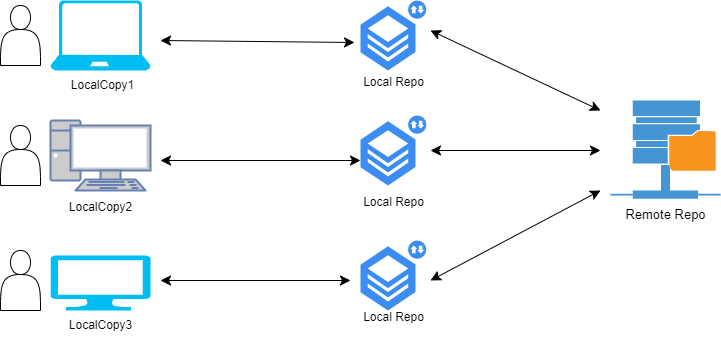
The draw.io diagram vcs/images/DVCS.png in saimanasak/git-and-github, before a commit. Source tidied: cells renumbered, new cells last; positions are measured from the earlier drawing's top-left corner, leaving out a move shared by most shapes. The source it was exported from:
```xml
<mxGraphModel>
  <root>
    <mxCell id="0" />
    <mxCell id="1" parent="0" />
    <mxCell id="2" style="shape=actor;whiteSpace=wrap;html=1;" parent="1" vertex="1">
      <mxGeometry y="125" width="40" height="60" as="geometry" />
    </mxCell>
    <mxCell id="3" style="shape=actor;whiteSpace=wrap;html=1;" parent="1" vertex="1">
      <mxGeometry y="5" width="40" height="60" as="geometry" />
    </mxCell>
    <mxCell id="4" style="shape=actor;whiteSpace=wrap;html=1;" parent="1" vertex="1">
      <mxGeometry y="250" width="40" height="60" as="geometry" />
    </mxCell>
    <mxCell id="5" style="fontColor=#0066CC;verticalAlign=top;verticalLabelPosition=bottom;labelPosition=center;align=center;html=1;fillColor=#CCCCCC;strokeColor=#6881B3;gradientColor=none;gradientDirection=north;strokeWidth=2;shape=mxgraph.networks.pc;" parent="1" vertex="1">
      <mxGeometry x="50" y="120" width="100" height="70" as="geometry" />
    </mxCell>
    <mxCell id="6" style="verticalLabelPosition=bottom;html=1;verticalAlign=top;align=center;strokeColor=none;fillColor=#00BEF2;shape=mxgraph.azure.computer;" parent="1" vertex="1">
      <mxGeometry x="50" y="255" width="100" height="55" as="geometry" />
    </mxCell>
    <mxCell id="7" style="verticalLabelPosition=bottom;html=1;verticalAlign=top;align=center;strokeColor=none;fillColor=#00BEF2;shape=mxgraph.azure.laptop;" parent="1" vertex="1">
      <mxGeometry x="50" width="100" height="70" as="geometry" />
    </mxCell>
    <mxCell id="8" value="LocalCopy1" style="text;html=1;align=center;verticalAlign=middle;whiteSpace=wrap;rounded=0;" parent="1" vertex="1">
      <mxGeometry x="65" y="70" width="75" height="30" as="geometry" />
    </mxCell>
    <mxCell id="9" value="&lt;span style=&quot;text-wrap: wrap;&quot;&gt;LocalCopy3&lt;/span&gt;" style="text;html=1;align=center;verticalAlign=middle;strokeColor=none;fillColor=none;" parent="1" vertex="1">
      <mxGeometry x="55" y="310" width="90" height="30" as="geometry" />
    </mxCell>
    <mxCell id="10" style="sketch=0;html=1;strokeColor=none;shadow=0;fillColor=#3B8DF1;verticalAlign=top;labelPosition=center;verticalLabelPosition=bottom;shape=mxgraph.gcp2.repository_2;" parent="1" vertex="1">
      <mxGeometry x="360" width="65.8" height="70" as="geometry" />
    </mxCell>
    <mxCell id="11" value="&lt;span style=&quot;font-size: 12px; text-wrap: wrap;&quot;&gt;Local&lt;/span&gt;&lt;span style=&quot;font-size: 12px; text-wrap: wrap; background-color: initial;&quot;&gt;Copy2&lt;/span&gt;" style="text;html=1;align=center;verticalAlign=middle;strokeColor=none;fillColor=none;fontSize=16;" parent="1" vertex="1">
      <mxGeometry x="55" y="190" width="90" height="30" as="geometry" />
    </mxCell>
    <mxCell id="12" style="endArrow=classic;startArrow=classic;html=1;rounded=0;fontSize=12;startSize=8;endSize=8;curved=1;entryX=-0.091;entryY=0.6;entryDx=0;entryDy=0;entryPerimeter=0;" parent="1" edge="1" target="10">
      <mxGeometry relative="1" as="geometry">
        <mxPoint x="160" y="40" as="sourcePoint" />
      </mxGeometry>
    </mxCell>
    <mxCell id="13" style="edgeStyle=none;orthogonalLoop=1;jettySize=auto;html=1;endArrow=classic;startArrow=classic;endSize=8;startSize=8;rounded=0;fontSize=12;curved=1;" parent="1" edge="1">
      <mxGeometry relative="1" as="geometry">
        <mxPoint x="160" y="160" as="sourcePoint" />
        <mxPoint x="360" y="160" as="targetPoint" />
      </mxGeometry>
    </mxCell>
    <mxCell id="14" style="endArrow=classic;startArrow=classic;html=1;rounded=0;fontSize=12;startSize=8;endSize=8;curved=1;" parent="1" edge="1">
      <mxGeometry relative="1" as="geometry">
        <mxPoint x="160" y="280" as="sourcePoint" />
        <mxPoint x="350" y="280" as="targetPoint" />
      </mxGeometry>
    </mxCell>
    <mxCell id="15" style="sketch=0;html=1;strokeColor=none;shadow=0;fillColor=#3B8DF1;verticalAlign=top;labelPosition=center;verticalLabelPosition=bottom;shape=mxgraph.gcp2.repository_2;" parent="1" vertex="1">
      <mxGeometry x="360" y="115" width="65.8" height="70" as="geometry" />
    </mxCell>
    <mxCell id="16" style="sketch=0;html=1;strokeColor=none;shadow=0;fillColor=#3B8DF1;verticalAlign=top;labelPosition=center;verticalLabelPosition=bottom;shape=mxgraph.gcp2.repository_2;" parent="1" vertex="1">
      <mxGeometry x="360" y="240" width="65.8" height="70" as="geometry" />
    </mxCell>
    <mxCell id="17" value="&lt;font style=&quot;font-size: 12px;&quot;&gt;Local Repo&lt;/font&gt;" style="text;html=1;align=center;verticalAlign=middle;strokeColor=none;fillColor=none;fontSize=16;" parent="1" vertex="1">
      <mxGeometry x="352.9" y="65" width="80" height="30" as="geometry" />
    </mxCell>
    <mxCell id="18" value="&lt;font style=&quot;font-size: 12px;&quot;&gt;Local Repo&lt;/font&gt;" style="text;html=1;align=center;verticalAlign=middle;strokeColor=none;fillColor=none;fontSize=16;" parent="1" vertex="1">
      <mxGeometry x="352.9" y="185" width="80" height="30" as="geometry" />
    </mxCell>
    <mxCell id="19" value="&lt;font style=&quot;font-size: 12px;&quot;&gt;Local Repo&lt;/font&gt;" style="text;html=1;align=center;verticalAlign=middle;strokeColor=none;fillColor=none;fontSize=16;" parent="1" vertex="1">
      <mxGeometry x="352.9" y="300" width="80" height="30" as="geometry" />
    </mxCell>
    <mxCell id="20" style="shadow=0;dashed=0;html=1;strokeColor=none;fillColor=#4495D1;labelPosition=center;verticalLabelPosition=bottom;verticalAlign=top;align=center;shape=mxgraph.veeam.remote_repository;" parent="1" vertex="1">
      <mxGeometry x="610" y="100" width="110" height="98.2" as="geometry" />
    </mxCell>
    <mxCell id="21" style="endArrow=classic;startArrow=classic;html=1;rounded=0;fontSize=12;startSize=8;endSize=8;curved=1;" parent="1" edge="1">
      <mxGeometry relative="1" as="geometry">
        <mxPoint x="430" y="30" as="sourcePoint" />
        <mxPoint x="600" y="110" as="targetPoint" />
      </mxGeometry>
    </mxCell>
    <mxCell id="22" style="endArrow=classic;startArrow=classic;html=1;rounded=0;fontSize=12;startSize=8;endSize=8;curved=1;" parent="1" edge="1">
      <mxGeometry relative="1" as="geometry">
        <mxPoint x="430" y="150" as="sourcePoint" />
        <mxPoint x="600" y="150" as="targetPoint" />
      </mxGeometry>
    </mxCell>
    <mxCell id="23" style="edgeStyle=none;orthogonalLoop=1;jettySize=auto;html=1;endArrow=classic;startArrow=classic;endSize=8;startSize=8;rounded=0;fontSize=12;curved=1;" parent="1" edge="1">
      <mxGeometry relative="1" as="geometry">
        <mxPoint x="430" y="280" as="sourcePoint" />
        <mxPoint x="600" y="190" as="targetPoint" />
      </mxGeometry>
    </mxCell>
    <mxCell id="24" value="&lt;font style=&quot;font-size: 13px;&quot;&gt;Remote Repo&lt;/font&gt;" style="text;html=1;align=center;verticalAlign=middle;strokeColor=none;fillColor=none;fontSize=16;" parent="1" vertex="1">
      <mxGeometry x="615" y="198.2" width="100" height="30" as="geometry" />
    </mxCell>
  </root>
</mxGraphModel>
```
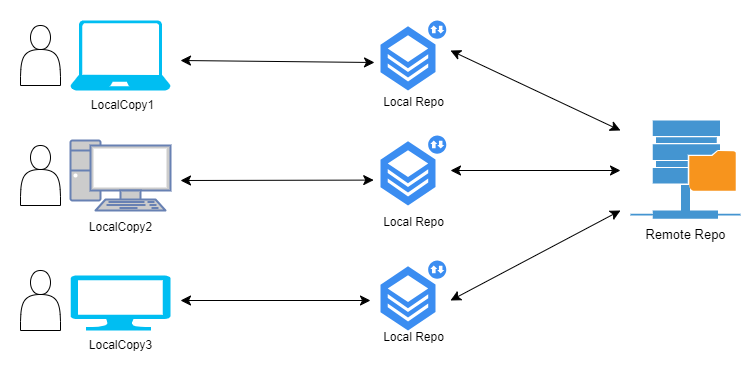
After the commit.

Diff of the diagram source:
```diff
@@ -2,6 +2,9 @@
   <root>
     <mxCell id="0" />
     <mxCell id="1" parent="0" />
+    <mxCell id="25" style="rounded=1;whiteSpace=wrap;html=1;strokeColor=none;" parent="1" vertex="1">
+      <mxGeometry x="-20" y="-20" width="750" height="370" as="geometry" />
+    </mxCell>
     <mxCell id="2" style="shape=actor;whiteSpace=wrap;html=1;" parent="1" vertex="1">
       <mxGeometry y="125" width="40" height="60" as="geometry" />
     </mxCell>
@@ -37,10 +40,9 @@
         <mxPoint x="160" y="40" as="sourcePoint" />
       </mxGeometry>
     </mxCell>
-    <mxCell id="13" style="edgeStyle=none;orthogonalLoop=1;jettySize=auto;html=1;endArrow=classic;startArrow=classic;endSize=8;startSize=8;rounded=0;fontSize=12;curved=1;" parent="1" edge="1">
+    <mxCell id="13" style="edgeStyle=none;jettySize=auto;html=1;endArrow=classic;startArrow=classic;endSize=8;startSize=8;rounded=0;fontSize=12;curved=1;entryX=-0.103;entryY=0.637;entryDx=0;entryDy=0;entryPerimeter=0;" parent="1" edge="1" target="15">
       <mxGeometry relative="1" as="geometry">
         <mxPoint x="160" y="160" as="sourcePoint" />
-        <mxPoint x="360" y="160" as="targetPoint" />
       </mxGeometry>
     </mxCell>
     <mxCell id="14" style="endArrow=classic;startArrow=classic;html=1;rounded=0;fontSize=12;startSize=8;endSize=8;curved=1;" parent="1" edge="1">
```
